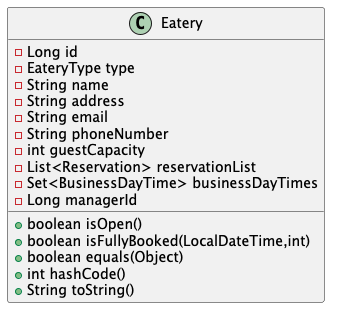
The PlantUML diagram diagram/eatery.png in kyklospi/eatery, before a commit. Its source is kept beside it as diagram/eatery.puml.
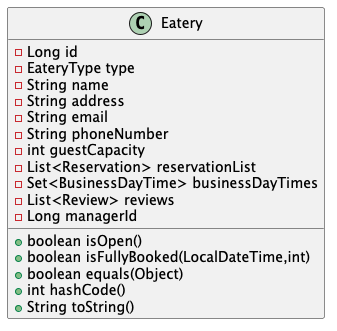
The same file after the commit.

The edit, as a diff of the source:
```diff
@@ -9,6 +9,7 @@
 - int guestCapacity
 - List<Reservation> reservationList
 - Set<BusinessDayTime> businessDayTimes
+- List<Review> reviews
 - Long managerId
 + boolean isOpen()
 + boolean isFullyBooked(LocalDateTime,int)
```
